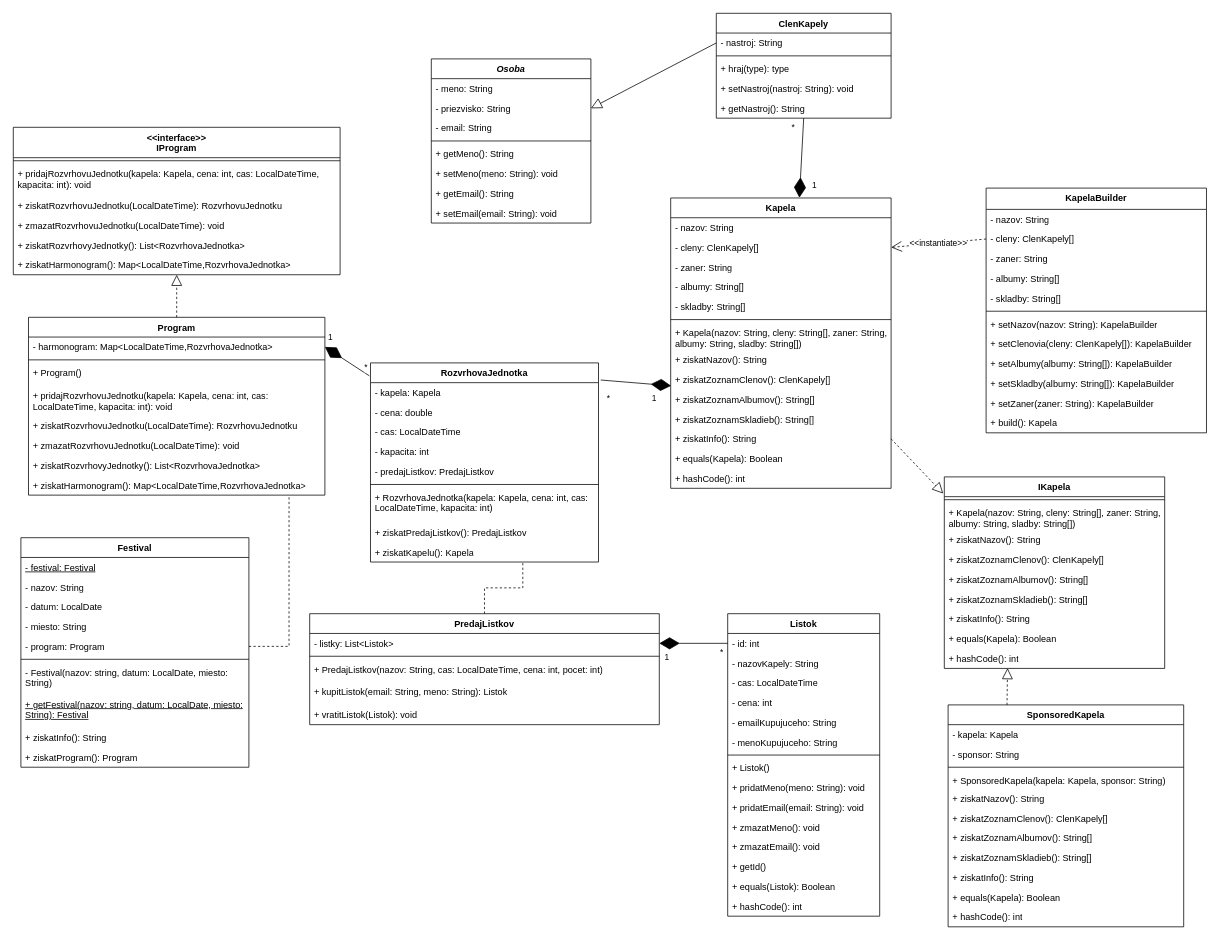
Earlier version of the draw.io diagram zadanie/uml.drawio (cherniaky/ANIS2). Source tidied: cells renumbered, new cells numbered last; positions are measured from the earlier drawing's top-left corner, leaving out a move shared by most shapes. Both pictures are drawn from the tidied source at 76%, with x=0, y=0 at pixel (13, 13).
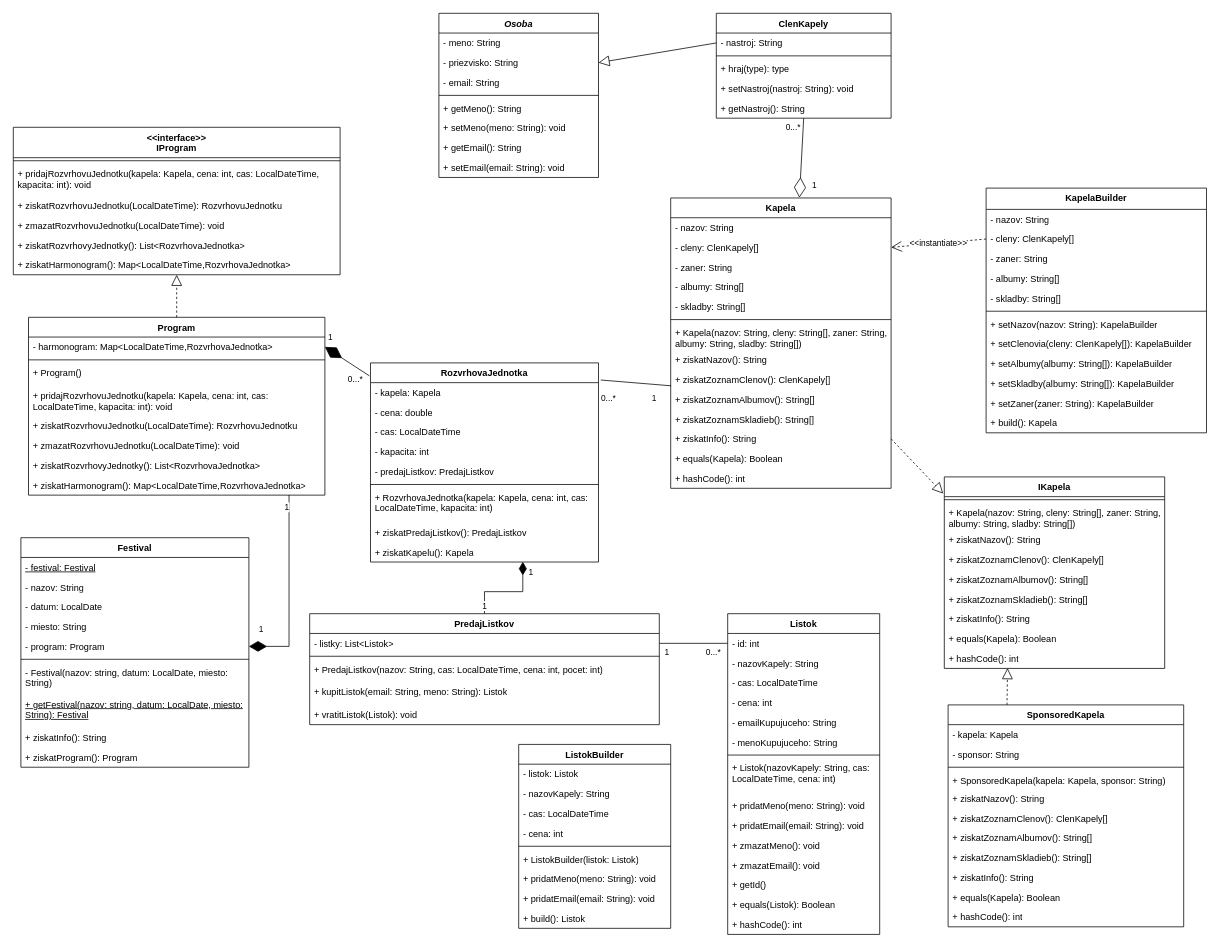
Above is the later version.

Commit message:
finish uml

Unchanged cells that the change refers to:
```xml
<mxCell id="2" value="Kapela" style="swimlane;fontStyle=1;align=center;verticalAlign=top;horizontal=1;startSize=26;whiteSpace=wrap;html=1;" parent="1" vertex="1">
  <mxGeometry x="865" y="243" width="290" height="382" as="geometry" />
</mxCell>
<mxCell id="11" value="+ ziskatZoznamClenov():&amp;nbsp;ClenKapely[]" style="text;strokeColor=none;fillColor=none;align=left;verticalAlign=top;spacingLeft=4;spacingRight=4;overflow=hidden;points=[[0,0.5],[1,0.5]];portConstraint=eastwest;whiteSpace=wrap;html=1;" parent="2" vertex="1">
  <mxGeometry y="226" width="290" height="26" as="geometry" />
</mxCell>
<mxCell id="25" value="+ ziskatHarmonogram(): Map&amp;lt;LocalDateTime,RozvrhovaJednotka&amp;gt;" style="text;strokeColor=none;fillColor=none;align=left;verticalAlign=top;spacingLeft=4;spacingRight=4;overflow=hidden;points=[[0,0.5],[1,0.5]];portConstraint=eastwest;whiteSpace=wrap;html=1;" parent="17" vertex="1">
  <mxGeometry y="208" width="390" height="26" as="geometry" />
</mxCell>
<mxCell id="26" style="endArrow=diamondThin;endFill=1;endSize=24;html=1;rounded=0;exitX=-0.005;exitY=0.065;exitDx=0;exitDy=0;entryX=1;entryY=0.5;entryDx=0;entryDy=0;exitPerimeter=0;" parent="1" edge="1" source="72" target="18">
  <mxGeometry relative="1" as="geometry" />
</mxCell>
<mxCell id="42" value="- program: Program" style="text;strokeColor=none;fillColor=none;align=left;verticalAlign=top;spacingLeft=4;spacingRight=4;overflow=hidden;points=[[0,0.5],[1,0.5]];portConstraint=eastwest;whiteSpace=wrap;html=1;" parent="37" vertex="1">
  <mxGeometry y="130" width="300" height="26" as="geometry" />
</mxCell>
<mxCell id="50" value="PredajListkov" style="swimlane;fontStyle=1;align=center;verticalAlign=top;horizontal=1;startSize=26;whiteSpace=wrap;html=1;" parent="1" vertex="1">
  <mxGeometry x="390" y="790" width="460" height="146" as="geometry" />
</mxCell>
<mxCell id="51" value="- listky: List&amp;lt;Listok&amp;gt;" style="text;strokeColor=none;fillColor=none;align=left;verticalAlign=top;spacingLeft=4;spacingRight=4;overflow=hidden;points=[[0,0.5],[1,0.5]];portConstraint=eastwest;whiteSpace=wrap;html=1;" parent="50" vertex="1">
  <mxGeometry y="26" width="460" height="26" as="geometry" />
</mxCell>
<mxCell id="57" value="- id: int" style="text;strokeColor=none;fillColor=none;align=left;verticalAlign=top;spacingLeft=4;spacingRight=4;overflow=hidden;points=[[0,0.5],[1,0.5]];portConstraint=eastwest;whiteSpace=wrap;html=1;" parent="56" vertex="1">
  <mxGeometry y="26" width="200" height="26" as="geometry" />
</mxCell>
<mxCell id="72" value="RozvrhovaJednotka" style="swimlane;fontStyle=1;align=center;verticalAlign=top;horizontal=1;startSize=26;whiteSpace=wrap;html=1;" parent="1" vertex="1">
  <mxGeometry x="470" y="460" width="300" height="262" as="geometry" />
</mxCell>
<mxCell id="81" value="+ ziskatKapelu(): Kapela" style="text;strokeColor=none;fillColor=none;align=left;verticalAlign=top;spacingLeft=4;spacingRight=4;overflow=hidden;points=[[0,0.5],[1,0.5]];portConstraint=eastwest;whiteSpace=wrap;html=1;" parent="72" vertex="1">
  <mxGeometry y="236" width="300" height="26" as="geometry" />
</mxCell>
<mxCell id="111" value="ClenKapely" style="swimlane;fontStyle=1;align=center;verticalAlign=top;horizontal=1;startSize=26;whiteSpace=wrap;html=1;" parent="1" vertex="1">
  <mxGeometry x="925" width="230" height="138" as="geometry" />
</mxCell>
```

What changed in the source:
```diff
@@
-    <mxCell id="28" value="*" style="edgeLabel;html=1;align=center;verticalAlign=middle;" parent="26" vertex="1">
+    <mxCell id="28" value="0...*" style="edgeLabel;html=1;align=center;verticalAlign=middle;" parent="26" vertex="1">
       <mxGeometry x="-0.86" y="1" relative="1" as="geometry">
-        <mxPoint y="-10" as="offset" />
+        <mxPoint x="-14" y="5" as="offset" />
       </mxGeometry>
     </mxCell>
@@
-    <mxCell id="48" style="edgeStyle=orthogonalEdgeStyle;rounded=0;jettySize=auto;html=1;exitX=1;exitY=0.5;exitDx=0;exitDy=0;entryX=0.879;entryY=0.992;entryDx=0;entryDy=0;entryPerimeter=0;dashed=1;endArrow=none;endFill=0;" parent="1" edge="1" source="42" target="25">
+    <mxCell id="48" style="edgeStyle=orthogonalEdgeStyle;rounded=0;jettySize=auto;html=1;exitX=1;exitY=0.5;exitDx=0;exitDy=0;entryX=0.879;entryY=0.992;entryDx=0;entryDy=0;entryPerimeter=0;endArrow=none;endFill=0;endSize=6;startArrow=diamondThin;startFill=1;startSize=21;" parent="1" edge="1" source="42" target="25">
       <mxGeometry relative="1" as="geometry" />
     </mxCell>
+    <mxCell id="145" value="1" style="edgeLabel;html=1;align=center;verticalAlign=middle;" parent="48" vertex="1">
+      <mxGeometry x="-0.88" y="1" relative="1" as="geometry">
+        <mxPoint y="-22" as="offset" />
+      </mxGeometry>
+    </mxCell>
+    <mxCell id="146" value="1" style="edgeLabel;html=1;align=center;verticalAlign=middle;" parent="48" vertex="1">
+      <mxGeometry x="0.87" y="3" relative="1" as="geometry" />
+    </mxCell>
-    <mxCell id="49" style="edgeStyle=orthogonalEdgeStyle;rounded=0;jettySize=auto;html=1;entryX=0.668;entryY=0.989;entryDx=0;entryDy=0;entryPerimeter=0;dashed=1;endArrow=none;endFill=0;" parent="1" edge="1" source="50" target="81">
-      <mxGeometry relative="1" as="geometry" />
+    <mxCell id="49" value="1" style="edgeStyle=orthogonalEdgeStyle;rounded=0;jettySize=auto;html=1;entryX=0.668;entryY=0.989;entryDx=0;entryDy=0;entryPerimeter=0;endArrow=diamondThin;endFill=1;endSize=15;" parent="1" edge="1" source="50" target="81">
+      <mxGeometry x="-0.83" relative="1" as="geometry" />
     </mxCell>
+    <mxCell id="147" value="1" style="edgeLabel;html=1;align=center;verticalAlign=middle;" parent="49" vertex="1">
+      <mxGeometry x="0.83" relative="1" as="geometry">
+        <mxPoint x="10" y="4" as="offset" />
+      </mxGeometry>
+    </mxCell>
@@
     <mxCell id="56" value="Listok" style="swimlane;fontStyle=1;align=center;verticalAlign=top;horizontal=1;startSize=26;whiteSpace=wrap;html=1;" parent="1" vertex="1">
-      <mxGeometry x="940" y="790" width="200" height="398" as="geometry" />
+      <mxGeometry x="940" y="790" width="200" height="422" as="geometry" />
     </mxCell>
@@
-    <mxCell id="64" value="+ Listok()" style="text;strokeColor=none;fillColor=none;align=left;verticalAlign=top;spacingLeft=4;spacingRight=4;overflow=hidden;whiteSpace=wrap;html=1;" parent="56" vertex="1">
-      <mxGeometry y="190" width="200" height="26" as="geometry" />
+    <mxCell id="64" value="+ Listok(nazovKapely: String, cas: LocalDateTime, cena: int)" style="text;strokeColor=none;fillColor=none;align=left;verticalAlign=top;spacingLeft=4;spacingRight=4;overflow=hidden;whiteSpace=wrap;html=1;" parent="56" vertex="1">
+      <mxGeometry y="190" width="200" height="50" as="geometry" />
     </mxCell>
     <mxCell id="65" value="+ pridatMeno(meno: String): void" style="text;strokeColor=none;fillColor=none;align=left;verticalAlign=top;spacingLeft=4;spacingRight=4;overflow=hidden;whiteSpace=wrap;html=1;" parent="56" vertex="1">
-      <mxGeometry y="216" width="200" height="26" as="geometry" />
+      <mxGeometry y="240" width="200" height="26" as="geometry" />
     </mxCell>
     <mxCell id="66" value="+ pridatEmail(email: String): void" style="text;strokeColor=none;fillColor=none;align=left;verticalAlign=top;spacingLeft=4;spacingRight=4;overflow=hidden;whiteSpace=wrap;html=1;" parent="56" vertex="1">
-      <mxGeometry y="242" width="200" height="26" as="geometry" />
+      <mxGeometry y="266" width="200" height="26" as="geometry" />
     </mxCell>
     <mxCell id="67" value="+ zmazatMeno(): void" style="text;strokeColor=none;fillColor=none;align=left;verticalAlign=top;spacingLeft=4;spacingRight=4;overflow=hidden;whiteSpace=wrap;html=1;" parent="56" vertex="1">
-      <mxGeometry y="268" width="200" height="26" as="geometry" />
+      <mxGeometry y="292" width="200" height="26" as="geometry" />
     </mxCell>
     <mxCell id="68" value="+ zmazatEmail(): void" style="text;strokeColor=none;fillColor=none;align=left;verticalAlign=top;spacingLeft=4;spacingRight=4;overflow=hidden;whiteSpace=wrap;html=1;" parent="56" vertex="1">
-      <mxGeometry y="294" width="200" height="26" as="geometry" />
+      <mxGeometry y="318" width="200" height="26" as="geometry" />
     </mxCell>
     <mxCell id="69" value="+ getId()" style="text;strokeColor=none;fillColor=none;align=left;verticalAlign=top;spacingLeft=4;spacingRight=4;overflow=hidden;whiteSpace=wrap;html=1;" parent="56" vertex="1">
-      <mxGeometry y="320" width="200" height="26" as="geometry" />
+      <mxGeometry y="344" width="200" height="26" as="geometry" />
     </mxCell>
     <mxCell id="70" value="+ equals(Listok): Boolean" style="text;strokeColor=none;fillColor=none;align=left;verticalAlign=top;spacingLeft=4;spacingRight=4;overflow=hidden;whiteSpace=wrap;html=1;" parent="56" vertex="1">
-      <mxGeometry y="346" width="200" height="26" as="geometry" />
+      <mxGeometry y="370" width="200" height="26" as="geometry" />
     </mxCell>
     <mxCell id="71" value="+&amp;nbsp;hashCode(): int" style="text;strokeColor=none;fillColor=none;align=left;verticalAlign=top;spacingLeft=4;spacingRight=4;overflow=hidden;whiteSpace=wrap;html=1;" parent="56" vertex="1">
-      <mxGeometry y="372" width="200" height="26" as="geometry" />
+      <mxGeometry y="396" width="200" height="26" as="geometry" />
     </mxCell>
@@
-    <mxCell id="82" style="endArrow=diamondThin;endFill=1;endSize=24;html=1;rounded=0;entryX=1;entryY=0.5;entryDx=0;entryDy=0;exitX=0;exitY=0.5;exitDx=0;exitDy=0;" parent="1" edge="1" source="57" target="51">
+    <mxCell id="82" style="endArrow=none;endFill=0;endSize=24;html=1;rounded=0;entryX=1;entryY=0.5;entryDx=0;entryDy=0;exitX=0;exitY=0.5;exitDx=0;exitDy=0;" parent="1" edge="1" source="57" target="51">
       <mxGeometry relative="1" as="geometry" />
     </mxCell>
     <mxCell id="83" value="1" style="edgeLabel;html=1;align=center;verticalAlign=middle;" parent="82" vertex="1">
       <mxGeometry x="0.79" y="2" relative="1" as="geometry">
-        <mxPoint y="15" as="offset" />
+        <mxPoint y="9" as="offset" />
       </mxGeometry>
     </mxCell>
-    <mxCell id="84" value="*" style="edgeLabel;html=1;align=center;verticalAlign=middle;" parent="82" vertex="1">
+    <mxCell id="84" value="0...*" style="edgeLabel;html=1;align=center;verticalAlign=middle;" parent="82" vertex="1">
       <mxGeometry x="-0.63" y="2" relative="1" as="geometry">
-        <mxPoint x="8" y="9" as="offset" />
+        <mxPoint x="-3" y="9" as="offset" />
       </mxGeometry>
     </mxCell>
-    <mxCell id="85" style="endArrow=diamondThin;endFill=1;endSize=24;html=1;rounded=0;exitX=1.01;exitY=0.086;exitDx=0;exitDy=0;exitPerimeter=0;entryX=0.002;entryY=0.813;entryDx=0;entryDy=0;entryPerimeter=0;" parent="1" edge="1" source="72" target="11">
+    <mxCell id="85" style="endArrow=none;endFill=0;endSize=24;html=1;rounded=0;exitX=1.01;exitY=0.086;exitDx=0;exitDy=0;exitPerimeter=0;entryX=0.002;entryY=0.813;entryDx=0;entryDy=0;entryPerimeter=0;" parent="1" edge="1" source="72" target="11">
       <mxGeometry relative="1" as="geometry" />
     </mxCell>
@@
-    <mxCell id="87" value="*" style="edgeLabel;html=1;align=center;verticalAlign=middle;" parent="85" vertex="1">
+    <mxCell id="87" value="0...*" style="edgeLabel;html=1;align=center;verticalAlign=middle;" parent="85" vertex="1">
       <mxGeometry x="-0.77" y="-1" relative="1" as="geometry">
         <mxPoint x="-1" y="21" as="offset" />
       </mxGeometry>
     </mxCell>
@@
     <mxCell id="102" value="&lt;i&gt;Osoba&lt;/i&gt;" style="swimlane;fontStyle=1;align=center;verticalAlign=top;horizontal=1;startSize=26;whiteSpace=wrap;html=1;" parent="1" vertex="1">
-      <mxGeometry x="550" y="60" width="210" height="216" as="geometry" />
+      <mxGeometry x="560" width="210" height="216" as="geometry" />
     </mxCell>
@@
-    <mxCell id="118" style="endArrow=diamondThin;endFill=1;endSize=24;html=1;rounded=0;exitX=0.5;exitY=1;exitDx=0;exitDy=0;entryX=0.584;entryY=-0.001;entryDx=0;entryDy=0;entryPerimeter=0;" parent="1" edge="1" source="111" target="2">
+    <mxCell id="118" style="endArrow=diamondThin;endFill=0;endSize=24;html=1;rounded=0;exitX=0.5;exitY=1;exitDx=0;exitDy=0;entryX=0.584;entryY=-0.001;entryDx=0;entryDy=0;entryPerimeter=0;" parent="1" edge="1" source="111" target="2">
       <mxGeometry relative="1" as="geometry" />
     </mxCell>
@@
-    <mxCell id="120" value="*" style="edgeLabel;html=1;align=center;verticalAlign=middle;" parent="118" vertex="1">
+    <mxCell id="120" value="0...*" style="edgeLabel;html=1;align=center;verticalAlign=middle;" parent="118" vertex="1">
       <mxGeometry x="-0.77" y="-1" relative="1" as="geometry">
         <mxPoint x="-13" as="offset" />
       </mxGeometry>
     </mxCell>
@@
+    <mxCell id="148" value="ListokBuilder" style="swimlane;fontStyle=1;align=center;verticalAlign=top;horizontal=1;startSize=26;whiteSpace=wrap;html=1;" parent="1" vertex="1">
+      <mxGeometry x="665" y="962" width="200" height="242" as="geometry" />
+    </mxCell>
+    <mxCell id="149" value="- listok: Listok" style="text;strokeColor=none;fillColor=none;align=left;verticalAlign=top;spacingLeft=4;spacingRight=4;overflow=hidden;whiteSpace=wrap;html=1;" parent="148" vertex="1">
+      <mxGeometry y="26" width="200" height="26" as="geometry" />
+    </mxCell>
+    <mxCell id="150" value="- nazovKapely: String" style="text;strokeColor=none;fillColor=none;align=left;verticalAlign=top;spacingLeft=4;spacingRight=4;overflow=hidden;whiteSpace=wrap;html=1;" parent="148" vertex="1">
+      <mxGeometry y="52" width="200" height="26" as="geometry" />
+    </mxCell>
+    <mxCell id="151" value="- cas: LocalDateTime" style="text;strokeColor=none;fillColor=none;align=left;verticalAlign=top;spacingLeft=4;spacingRight=4;overflow=hidden;whiteSpace=wrap;html=1;" parent="148" vertex="1">
+      <mxGeometry y="78" width="200" height="26" as="geometry" />
+    </mxCell>
+    <mxCell id="152" value="- cena: int" style="text;strokeColor=none;fillColor=none;align=left;verticalAlign=top;spacingLeft=4;spacingRight=4;overflow=hidden;whiteSpace=wrap;html=1;" parent="148" vertex="1">
+      <mxGeometry y="104" width="200" height="26" as="geometry" />
+    </mxCell>
+    <mxCell id="153" style="line;strokeWidth=1;fillColor=none;align=left;verticalAlign=middle;spacingTop=-1;spacingLeft=3;spacingRight=3;labelPosition=right;strokeColor=inherit;" parent="148" vertex="1">
+      <mxGeometry y="130" width="200" height="8" as="geometry" />
+    </mxCell>
+    <mxCell id="154" value="+&amp;nbsp;&lt;span style=&quot;text-align: center;&quot;&gt;ListokBuilder&lt;/span&gt;(listok: Listok)" style="text;strokeColor=none;fillColor=none;align=left;verticalAlign=top;spacingLeft=4;spacingRight=4;overflow=hidden;whiteSpace=wrap;html=1;" parent="148" vertex="1">
+      <mxGeometry y="138" width="200" height="26" as="geometry" />
+    </mxCell>
+    <mxCell id="155" value="+ pridatMeno(meno: String): void" style="text;strokeColor=none;fillColor=none;align=left;verticalAlign=top;spacingLeft=4;spacingRight=4;overflow=hidden;whiteSpace=wrap;html=1;" parent="148" vertex="1">
+      <mxGeometry y="164" width="200" height="26" as="geometry" />
+    </mxCell>
+    <mxCell id="156" value="+ pridatEmail(email: String): void" style="text;strokeColor=none;fillColor=none;align=left;verticalAlign=top;spacingLeft=4;spacingRight=4;overflow=hidden;whiteSpace=wrap;html=1;" parent="148" vertex="1">
+      <mxGeometry y="190" width="200" height="26" as="geometry" />
+    </mxCell>
+    <mxCell id="157" value="+ build(): Listok" style="text;strokeColor=none;fillColor=none;align=left;verticalAlign=top;spacingLeft=4;spacingRight=4;overflow=hidden;whiteSpace=wrap;html=1;" parent="148" vertex="1">
+      <mxGeometry y="216" width="200" height="26" as="geometry" />
+    </mxCell>
```
